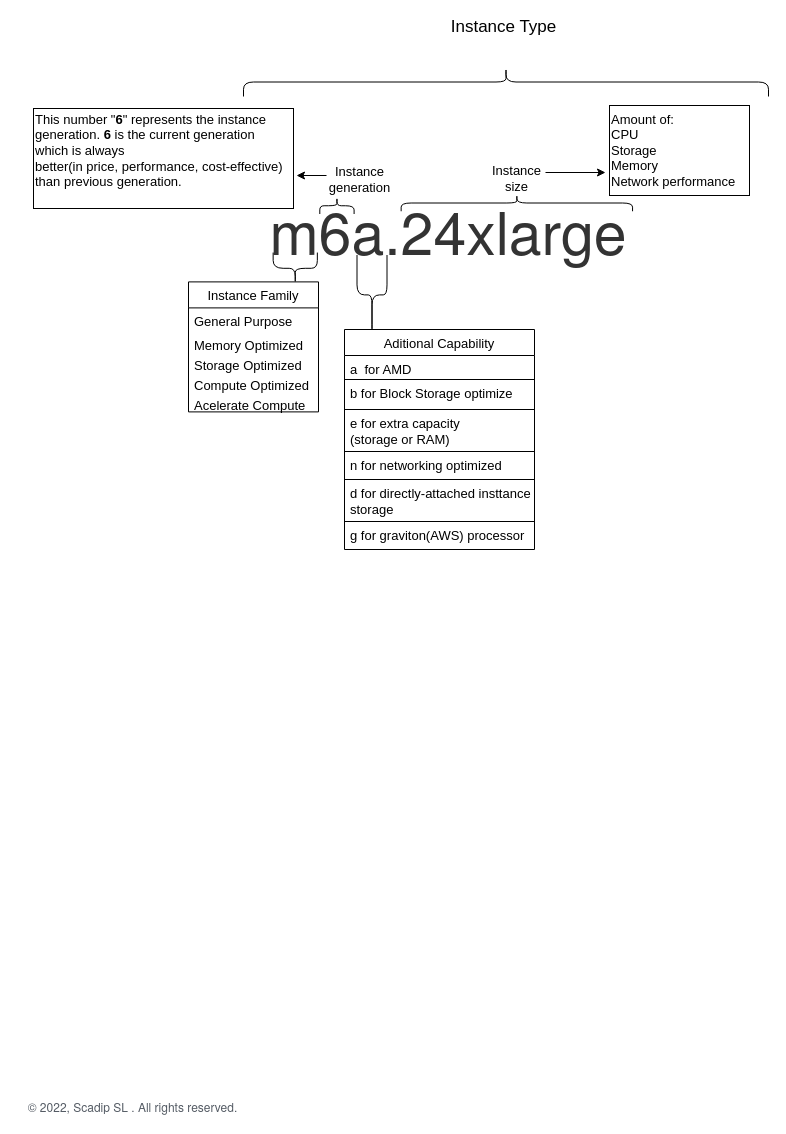
Earlier version of the draw.io diagram certification/noserverless/compute/ec2/ec2_naming_pattern.drawio (ldipotetjob/AWS). Source tidied: cells renumbered, new cells numbered last; positions are measured from the earlier drawing's top-left corner, leaving out a move shared by most shapes. Both pictures are drawn from the tidied source at 100%, with x=0, y=0 at pixel (17, 17).
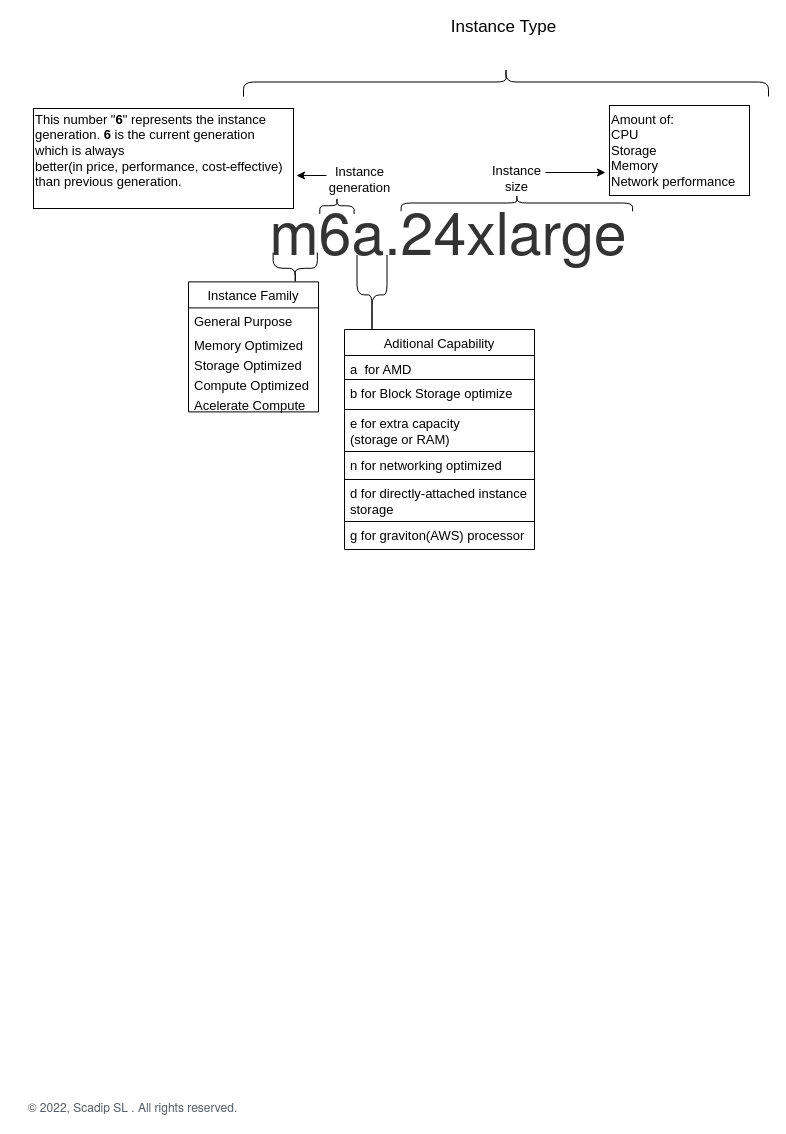
Above is the later version.

Unchanged cells that the change refers to:
```xml
<mxCell id="7" value="Aditional Capability" style="swimlane;fontStyle=0;horizontal=1;startSize=26;fillColor=none;fontSize=13;" parent="1" vertex="1">
  <mxGeometry x="327" y="312" width="190" height="220" as="geometry" />
</mxCell>
```

Change to the diagram source:
```diff
@@
-    <mxCell id="12" value="d for directly-attached insttance &#10;storage " style="text;strokeColor=default;fillColor=none;align=left;verticalAlign=top;spacingLeft=4;spacingRight=4;overflow=hidden;fontSize=13;" parent="7" vertex="1">
+    <mxCell id="12" value="d for directly-attached instance &#10;storage " style="text;strokeColor=default;fillColor=none;align=left;verticalAlign=top;spacingLeft=4;spacingRight=4;overflow=hidden;fontSize=13;" parent="7" vertex="1">
       <mxGeometry y="150" width="190" height="42" as="geometry" />
     </mxCell>
```
